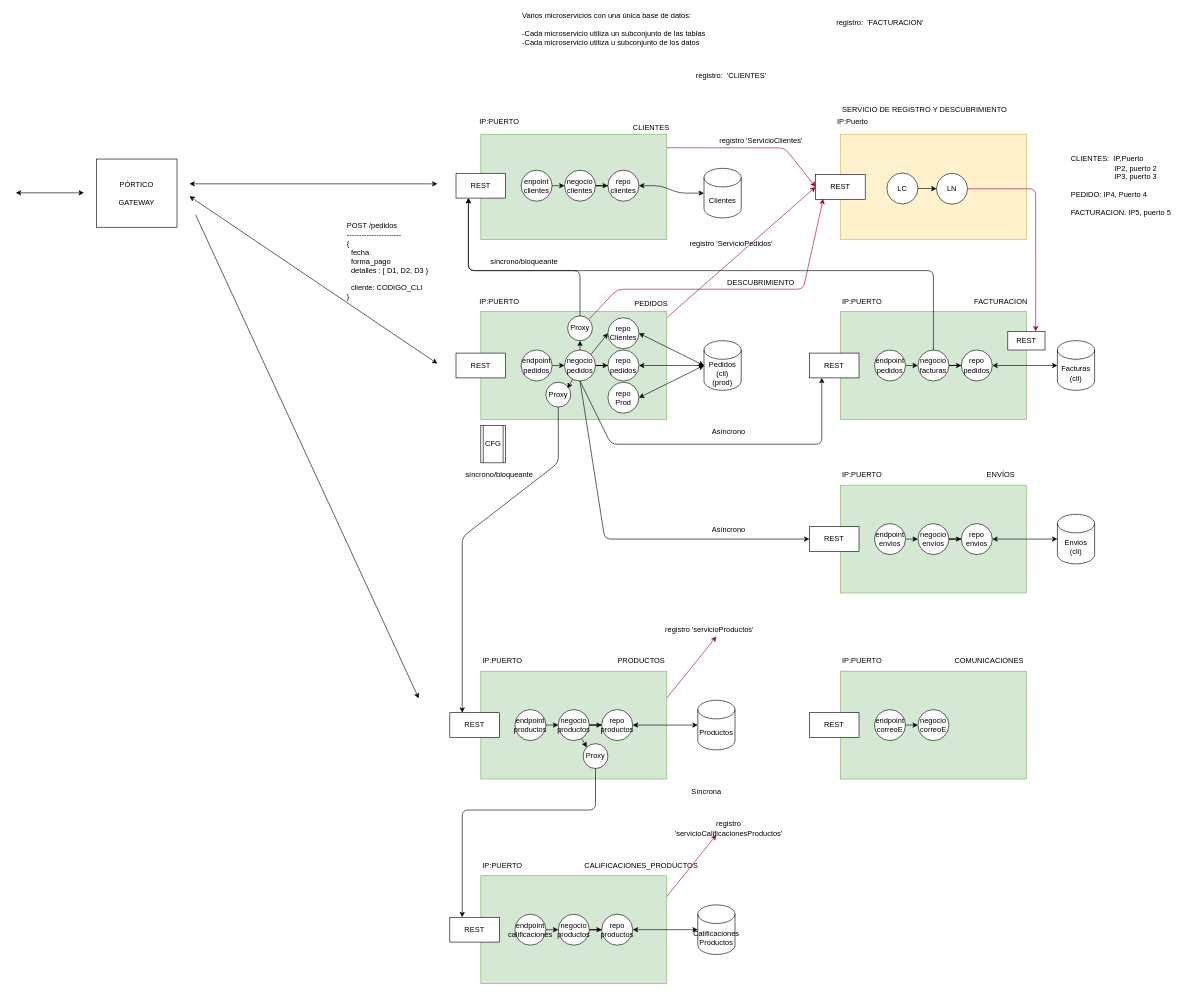
Above: page "Página-9" (9 of 16) of patrones_2022.drawio in lrag/Patrones (draw.io), before the change. Source tidied: cells renumbered, new cells numbered last; positions are measured from the earlier drawing's top-left corner, leaving out a move shared by most shapes. Both pictures are drawn from the tidied source at 62%, with x=0, y=0 at pixel (16, 16).
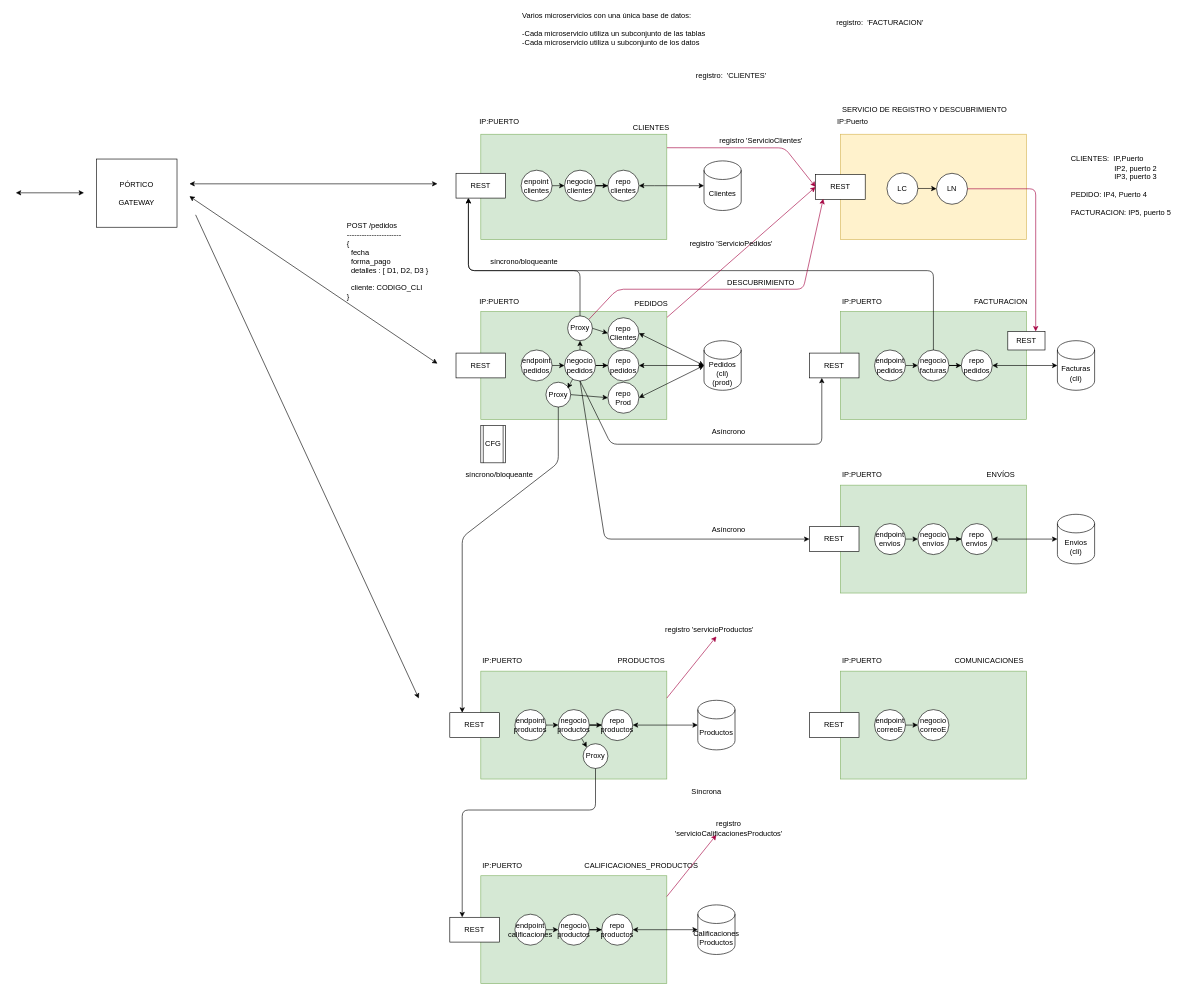
The same page after the edit.

Unchanged cells that the change refers to:
```xml
<mxCell id="8" value="repo&lt;br&gt;clientes" style="ellipse;whiteSpace=wrap;html=1;" parent="1" vertex="1">
  <mxGeometry x="955" y="248" width="50" height="50" as="geometry" />
</mxCell>
<mxCell id="21" value="negocio&lt;br&gt;pedidos" style="ellipse;whiteSpace=wrap;html=1;" parent="1" vertex="1">
  <mxGeometry x="885" y="538" width="50" height="50" as="geometry" />
</mxCell>
<mxCell id="89" value="Proxy" style="ellipse;whiteSpace=wrap;html=1;" parent="1" vertex="1">
  <mxGeometry x="890" y="483" width="40" height="40" as="geometry" />
</mxCell>
<mxCell id="90" value="Proxy" style="ellipse;whiteSpace=wrap;html=1;" parent="1" vertex="1">
  <mxGeometry x="855" y="590" width="40" height="40" as="geometry" />
</mxCell>
<mxCell id="121" value="repo&lt;br&gt;Prod" style="ellipse;whiteSpace=wrap;html=1;" parent="1" vertex="1">
  <mxGeometry x="955" y="590" width="50" height="50" as="geometry" />
</mxCell>
<mxCell id="122" value="repo&lt;br&gt;Clientes" style="ellipse;whiteSpace=wrap;html=1;" parent="1" vertex="1">
  <mxGeometry x="955" y="486" width="50" height="50" as="geometry" />
</mxCell>
```

Change to the diagram source:
```diff
@@
     <mxCell id="23" value="Clientes" style="shape=cylinder3;whiteSpace=wrap;html=1;boundedLbl=1;backgroundOutline=1;size=15;" parent="1" vertex="1">
-      <mxGeometry x="1110" y="245" width="60" height="80" as="geometry" />
+      <mxGeometry x="1110" y="233" width="60" height="80" as="geometry" />
     </mxCell>
     <mxCell id="24" style="endArrow=classic;startArrow=classic;html=1;exitX=1;exitY=0.5;exitDx=0;exitDy=0;entryX=0;entryY=0.5;entryDx=0;entryDy=0;entryPerimeter=0;" parent="1" edge="1" source="8" target="23">
       <mxGeometry relative="1" as="geometry">
         <Array as="points">
           <mxPoint x="1040" y="273" />
-          <mxPoint x="1070" y="285" />
         </Array>
       </mxGeometry>
     </mxCell>
@@
-    <mxCell id="127" style="endArrow=classic;html=1;rounded=0;entryX=0;entryY=0.5;entryDx=0;entryDy=0;exitX=1;exitY=0;exitDx=0;exitDy=0;" parent="1" edge="1" source="21" target="122">
+    <mxCell id="127" style="endArrow=classic;html=1;rounded=0;entryX=0;entryY=0.5;entryDx=0;entryDy=0;exitX=1;exitY=0.5;exitDx=0;exitDy=0;" parent="1" edge="1" source="89" target="122">
       <mxGeometry relative="1" as="geometry" />
     </mxCell>
+    <mxCell id="128" style="endArrow=classic;html=1;rounded=1;entryX=0;entryY=0.5;entryDx=0;entryDy=0;exitX=1;exitY=0.5;exitDx=0;exitDy=0;" parent="1" edge="1" source="90" target="121">
+      <mxGeometry relative="1" as="geometry" />
+    </mxCell>
```
